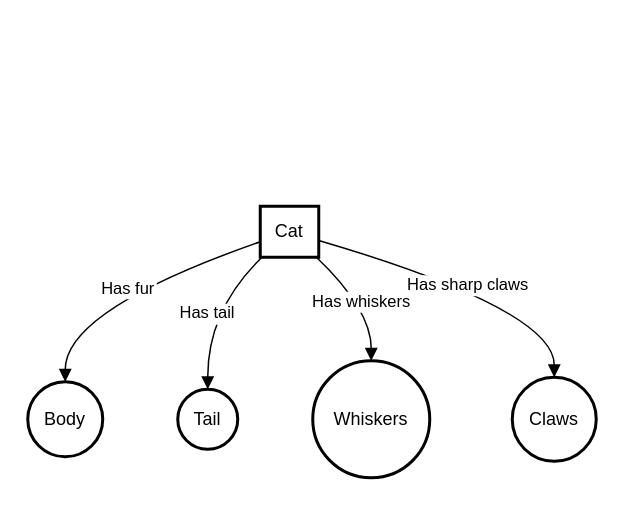
Above: Untitled Diagram.drawio in Peekome20111029/Peeko (draw.io), before the change. Source tidied: cells renumbered, new cells numbered last; positions are measured from the earlier drawing's top-left corner, leaving out a move shared by most shapes. Both pictures are drawn from the tidied source at 150%, with x=0, y=0 at pixel (27, 206).
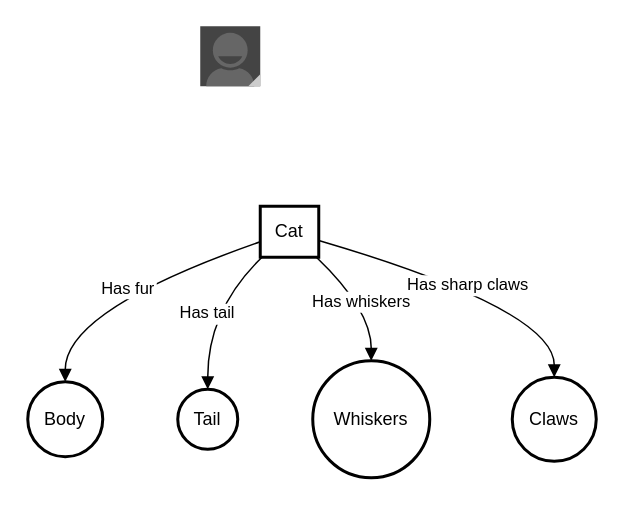
Above is the later version.

What changed in the source:
```diff
@@
 <mxGraphModel>
   <root>
     <mxCell id="0" />
     <mxCell id="1" parent="0" />
     <mxCell id="2" value="Cat" style="whiteSpace=wrap;strokeWidth=2;" parent="1" vertex="1">
       <mxGeometry x="155" width="39" height="34" as="geometry" />
     </mxCell>
     <mxCell id="3" value="Body" style="ellipse;strokeWidth=2;whiteSpace=wrap;" parent="1" vertex="1">
       <mxGeometry y="117" width="50" height="50" as="geometry" />
     </mxCell>
     <mxCell id="4" value="Tail" style="ellipse;strokeWidth=2;whiteSpace=wrap;" parent="1" vertex="1">
       <mxGeometry x="100" y="122" width="40" height="40" as="geometry" />
     </mxCell>
     <mxCell id="5" value="Whiskers" style="ellipse;strokeWidth=2;whiteSpace=wrap;" parent="1" vertex="1">
       <mxGeometry x="190" y="103" width="78" height="78" as="geometry" />
     </mxCell>
     <mxCell id="6" value="Claws" style="ellipse;strokeWidth=2;whiteSpace=wrap;" parent="1" vertex="1">
       <mxGeometry x="323" y="114" width="56" height="56" as="geometry" />
     </mxCell>
     <mxCell id="7" value="Has fur" style="curved=1;startArrow=none;endArrow=block;exitX=-0.01;exitY=0.7;entryX=0.5;entryY=0;" parent="1" edge="1" source="2" target="3">
       <mxGeometry relative="1" as="geometry">
         <Array as="points">
           <mxPoint x="25" y="69" />
         </Array>
       </mxGeometry>
     </mxCell>
     <mxCell id="8" value="Has tail" style="curved=1;startArrow=none;endArrow=block;exitX=0.03;exitY=1;entryX=0.5;entryY=0;" parent="1" edge="1" source="2" target="4">
       <mxGeometry relative="1" as="geometry">
         <Array as="points">
           <mxPoint x="120" y="69" />
         </Array>
       </mxGeometry>
     </mxCell>
     <mxCell id="9" value="Has whiskers" style="curved=1;startArrow=none;endArrow=block;exitX=0.96;exitY=1;entryX=0.5;entryY=0;" parent="1" edge="1" source="2" target="5">
       <mxGeometry relative="1" as="geometry">
         <Array as="points">
           <mxPoint x="229" y="69" />
         </Array>
       </mxGeometry>
     </mxCell>
     <mxCell id="10" value="Has sharp claws" style="curved=1;startArrow=none;endArrow=block;exitX=1;exitY=0.67;entryX=0.5;entryY=0;" parent="1" edge="1" source="2" target="6">
       <mxGeometry relative="1" as="geometry">
         <Array as="points">
           <mxPoint x="351" y="69" />
         </Array>
       </mxGeometry>
     </mxCell>
+    <mxCell id="11" style="verticalLabelPosition=bottom;verticalAlign=top;html=1;shadow=0;dashed=0;strokeWidth=1;shape=mxgraph.android.contact_badge_normal;sketch=0;" parent="1" vertex="1">
+      <mxGeometry x="115" y="-120" width="40" height="40" as="geometry" />
+    </mxCell>
   </root>
 </mxGraphModel>
```
